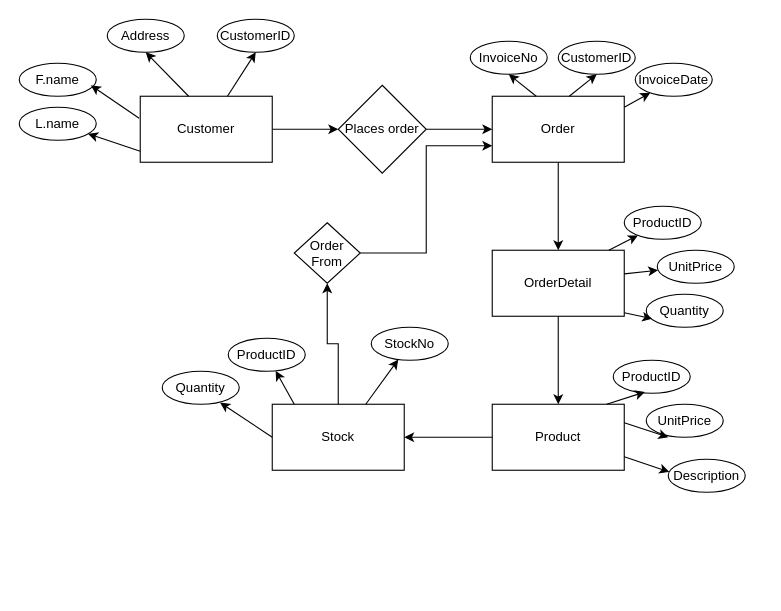
Earlier version of the draw.io diagram Untitled Diagram.drawio (yeoleshweta/yeoleshweta). Source tidied: cells renumbered, new cells numbered last; positions are measured from the earlier drawing's top-left corner, leaving out a move shared by most shapes. Both pictures are drawn from the tidied source at 110%, with x=0, y=0 at pixel (19, 19).
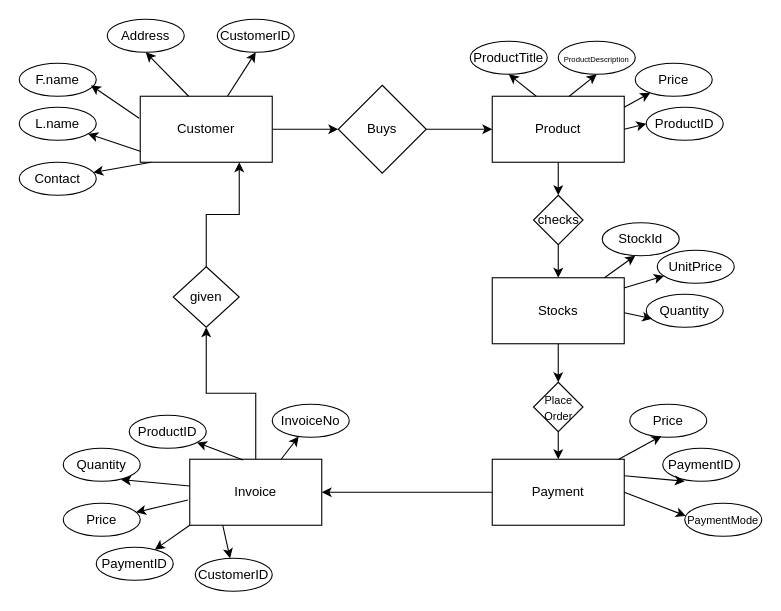
The same page after the edit.

Unchanged cells that the change refers to:
```xml
<mxCell id="3" value="Customer" style="rounded=0;whiteSpace=wrap;html=1;" parent="1" vertex="1">
  <mxGeometry x="110" y="70" width="120" height="60" as="geometry" />
</mxCell>
<mxCell id="26" value="UnitPrice" style="ellipse;whiteSpace=wrap;html=1;" parent="1" vertex="1">
  <mxGeometry x="580" y="210" width="70" height="30" as="geometry" />
</mxCell>
```

Change to the diagram source:
```diff
@@
-    <mxCell id="4" style="edgeStyle=orthogonalEdgeStyle;rounded=0;jettySize=auto;html=1;" parent="1" edge="1" source="5" target="23">
-      <mxGeometry relative="1" as="geometry" />
+    <mxCell id="4" style="edgeStyle=orthogonalEdgeStyle;rounded=0;jettySize=auto;html=1;" parent="1" edge="1" source="5">
+      <mxGeometry relative="1" as="geometry">
+        <mxPoint x="490" y="160" as="targetPoint" />
+      </mxGeometry>
     </mxCell>
-    <mxCell id="5" value="Order" style="rounded=0;whiteSpace=wrap;html=1;" parent="1" vertex="1">
+    <mxCell id="5" value="Product" style="rounded=0;whiteSpace=wrap;html=1;" parent="1" vertex="1">
       <mxGeometry x="430" y="70" width="120" height="60" as="geometry" />
     </mxCell>
@@
-    <mxCell id="7" value="Places order" style="rhombus;whiteSpace=wrap;html=1;rounded=0;" parent="1" vertex="1">
+    <mxCell id="7" value="Buys" style="rhombus;whiteSpace=wrap;html=1;rounded=0;" parent="1" vertex="1">
       <mxGeometry x="290" y="60" width="80" height="80" as="geometry" />
     </mxCell>
@@
-    <mxCell id="16" value="CustomerID" style="ellipse;whiteSpace=wrap;html=1;" parent="1" vertex="1">
+    <mxCell id="16" value="&lt;font style=&quot;font-size: 7px;&quot;&gt;ProductDescription&lt;/font&gt;" style="ellipse;whiteSpace=wrap;html=1;" parent="1" vertex="1">
       <mxGeometry x="490" y="20" width="70" height="30" as="geometry" />
     </mxCell>
-    <mxCell id="17" value="InvoiceNo" style="ellipse;whiteSpace=wrap;html=1;" parent="1" vertex="1">
+    <mxCell id="17" value="ProductTitle" style="ellipse;whiteSpace=wrap;html=1;" parent="1" vertex="1">
       <mxGeometry x="410" y="20" width="70" height="30" as="geometry" />
     </mxCell>
-    <mxCell id="18" value="InvoiceDate" style="ellipse;whiteSpace=wrap;html=1;" parent="1" vertex="1">
+    <mxCell id="18" value="Price" style="ellipse;whiteSpace=wrap;html=1;" parent="1" vertex="1">
       <mxGeometry x="560" y="40" width="70" height="30" as="geometry" />
     </mxCell>
@@
-    <mxCell id="22" style="edgeStyle=orthogonalEdgeStyle;rounded=0;jettySize=auto;html=1;" parent="1" edge="1" source="23" target="31">
-      <mxGeometry relative="1" as="geometry" />
+    <mxCell id="22" style="edgeStyle=orthogonalEdgeStyle;rounded=0;jettySize=auto;html=1;" parent="1" edge="1" source="23">
+      <mxGeometry relative="1" as="geometry">
+        <mxPoint x="490" y="330" as="targetPoint" />
+      </mxGeometry>
     </mxCell>
-    <mxCell id="23" value="OrderDetail" style="rounded=0;whiteSpace=wrap;html=1;" parent="1" vertex="1">
-      <mxGeometry x="430" y="210" width="120" height="60" as="geometry" />
+    <mxCell id="23" value="Stocks" style="rounded=0;whiteSpace=wrap;html=1;" parent="1" vertex="1">
+      <mxGeometry x="430" y="235" width="120" height="60" as="geometry" />
     </mxCell>
@@
-    <mxCell id="25" value="ProductID" style="ellipse;whiteSpace=wrap;html=1;" parent="1" vertex="1">
-      <mxGeometry x="550" y="170" width="70" height="30" as="geometry" />
-    </mxCell>
@@
-    <mxCell id="27" style="endArrow=classic;html=1;rounded=0;" parent="1" edge="1" target="25">
-      <mxGeometry relative="1" as="geometry">
-        <mxPoint x="536" y="210" as="sourcePoint" />
-      </mxGeometry>
-    </mxCell>
-    <mxCell id="28" style="endArrow=classic;html=1;rounded=0;" parent="1" edge="1" target="26">
-      <mxGeometry relative="1" as="geometry">
-        <mxPoint x="550" y="231.5" as="sourcePoint" />
-      </mxGeometry>
+    <mxCell id="28" style="endArrow=classic;html=1;rounded=0;exitX=0.997;exitY=0.156;exitDx=0;exitDy=0;exitPerimeter=0;" parent="1" edge="1" source="23" target="26">
+      <mxGeometry relative="1" as="geometry" />
     </mxCell>
@@
-    <mxCell id="31" value="Product" style="rounded=0;whiteSpace=wrap;html=1;" parent="1" vertex="1">
-      <mxGeometry x="430" y="350" width="120" height="60" as="geometry" />
+    <mxCell id="31" value="Payment" style="rounded=0;whiteSpace=wrap;html=1;" parent="1" vertex="1">
+      <mxGeometry x="430" y="400" width="120" height="60" as="geometry" />
     </mxCell>
-    <mxCell id="32" value="Description" style="ellipse;whiteSpace=wrap;html=1;" parent="1" vertex="1">
-      <mxGeometry x="590" y="400" width="70" height="30" as="geometry" />
+    <mxCell id="32" value="&lt;font style=&quot;font-size: 10px;&quot;&gt;PaymentMode&lt;/font&gt;" style="ellipse;whiteSpace=wrap;html=1;" parent="1" vertex="1">
+      <mxGeometry x="605" y="440" width="70" height="30" as="geometry" />
     </mxCell>
-    <mxCell id="33" value="ProductID" style="ellipse;whiteSpace=wrap;html=1;" parent="1" vertex="1">
-      <mxGeometry x="540" y="310" width="70" height="30" as="geometry" />
+    <mxCell id="33" value="Price" style="ellipse;whiteSpace=wrap;html=1;" parent="1" vertex="1">
+      <mxGeometry x="555" y="350" width="70" height="30" as="geometry" />
     </mxCell>
-    <mxCell id="34" value="UnitPrice" style="ellipse;whiteSpace=wrap;html=1;" parent="1" vertex="1">
-      <mxGeometry x="570" y="350" width="70" height="30" as="geometry" />
+    <mxCell id="34" value="PaymentID" style="ellipse;whiteSpace=wrap;html=1;" parent="1" vertex="1">
+      <mxGeometry x="585" y="390" width="70" height="30" as="geometry" />
     </mxCell>
-    <mxCell id="35" style="endArrow=classic;html=1;rounded=0;entryX=0.412;entryY=0.962;entryDx=0;entryDy=0;entryPerimeter=0;" parent="1" edge="1" target="33">
-      <mxGeometry relative="1" as="geometry">
-        <mxPoint x="534" y="350" as="sourcePoint" />
-      </mxGeometry>
+    <mxCell id="35" style="endArrow=classic;html=1;rounded=0;entryX=0.412;entryY=0.962;entryDx=0;entryDy=0;entryPerimeter=0;" parent="1" edge="1" source="31" target="33">
+      <mxGeometry relative="1" as="geometry" />
     </mxCell>
-    <mxCell id="36" style="endArrow=classic;html=1;rounded=0;entryX=0.286;entryY=1;entryDx=0;entryDy=0;entryPerimeter=0;" parent="1" edge="1" target="34">
-      <mxGeometry relative="1" as="geometry">
-        <mxPoint x="550" y="366.8" as="sourcePoint" />
-      </mxGeometry>
+    <mxCell id="36" style="endArrow=classic;html=1;rounded=0;entryX=0.286;entryY=1;entryDx=0;entryDy=0;entryPerimeter=0;exitX=1;exitY=0.25;exitDx=0;exitDy=0;" parent="1" edge="1" source="31" target="34">
+      <mxGeometry relative="1" as="geometry" />
     </mxCell>
-    <mxCell id="37" style="endArrow=classic;html=1;rounded=0;entryX=0.014;entryY=0.383;entryDx=0;entryDy=0;entryPerimeter=0;" parent="1" edge="1" target="32">
-      <mxGeometry relative="1" as="geometry">
-        <mxPoint x="550" y="397.8" as="sourcePoint" />
-      </mxGeometry>
+    <mxCell id="37" style="endArrow=classic;html=1;rounded=0;entryX=0.014;entryY=0.383;entryDx=0;entryDy=0;entryPerimeter=0;exitX=1;exitY=0.5;exitDx=0;exitDy=0;" parent="1" edge="1" source="31" target="32">
+      <mxGeometry relative="1" as="geometry" />
     </mxCell>
@@
-    <mxCell id="39" value="Stock" style="rounded=0;whiteSpace=wrap;html=1;" parent="1" vertex="1">
-      <mxGeometry x="230" y="350" width="120" height="60" as="geometry" />
+    <mxCell id="39" value="Invoice" style="rounded=0;whiteSpace=wrap;html=1;" parent="1" vertex="1">
+      <mxGeometry x="155" y="400" width="120" height="60" as="geometry" />
     </mxCell>
-    <mxCell id="40" value="StockNo" style="ellipse;whiteSpace=wrap;html=1;" parent="1" vertex="1">
-      <mxGeometry x="320" y="280" width="70" height="30" as="geometry" />
+    <mxCell id="40" value="InvoiceNo" style="ellipse;whiteSpace=wrap;html=1;" parent="1" vertex="1">
+      <mxGeometry x="230" y="350" width="70" height="30" as="geometry" />
     </mxCell>
     <mxCell id="41" value="ProductID" style="ellipse;whiteSpace=wrap;html=1;" parent="1" vertex="1">
-      <mxGeometry x="190" y="290" width="70" height="30" as="geometry" />
+      <mxGeometry x="100" y="360" width="70" height="30" as="geometry" />
     </mxCell>
     <mxCell id="42" value="Quantity" style="ellipse;whiteSpace=wrap;html=1;" parent="1" vertex="1">
-      <mxGeometry x="130" y="320" width="70" height="30" as="geometry" />
+      <mxGeometry x="40" y="390" width="70" height="30" as="geometry" />
     </mxCell>
-    <mxCell id="43" style="endArrow=classic;html=1;rounded=0;" parent="1" edge="1" target="40">
-      <mxGeometry relative="1" as="geometry">
-        <mxPoint x="315" y="350" as="sourcePoint" />
-      </mxGeometry>
+    <mxCell id="43" style="endArrow=classic;html=1;rounded=0;" parent="1" edge="1" source="39" target="40">
+      <mxGeometry relative="1" as="geometry" />
     </mxCell>
-    <mxCell id="44" style="endArrow=classic;html=1;rounded=0;" parent="1" edge="1" target="41">
-      <mxGeometry relative="1" as="geometry">
-        <mxPoint x="250" y="350" as="sourcePoint" />
-      </mxGeometry>
+    <mxCell id="44" style="endArrow=classic;html=1;rounded=0;exitX=0.405;exitY=0.01;exitDx=0;exitDy=0;exitPerimeter=0;" parent="1" edge="1" source="39" target="41">
+      <mxGeometry relative="1" as="geometry" />
     </mxCell>
-    <mxCell id="45" style="endArrow=classic;html=1;rounded=0;entryX=0.752;entryY=0.951;entryDx=0;entryDy=0;entryPerimeter=0;" parent="1" edge="1" target="42">
-      <mxGeometry relative="1" as="geometry">
-        <mxPoint x="230" y="380" as="sourcePoint" />
-      </mxGeometry>
+    <mxCell id="45" style="endArrow=classic;html=1;rounded=0;entryX=0.752;entryY=0.951;entryDx=0;entryDy=0;entryPerimeter=0;" parent="1" edge="1" source="39" target="42">
+      <mxGeometry relative="1" as="geometry" />
     </mxCell>
-    <mxCell id="46" style="edgeStyle=orthogonalEdgeStyle;rounded=0;jettySize=auto;html=1;exitX=1;exitY=0.5;exitDx=0;exitDy=0;entryX=0;entryY=0.75;entryDx=0;entryDy=0;" parent="1" edge="1" source="47" target="5">
+    <mxCell id="46" style="edgeStyle=orthogonalEdgeStyle;rounded=0;jettySize=auto;html=1;exitX=0.5;exitY=0;exitDx=0;exitDy=0;entryX=0.75;entryY=1;entryDx=0;entryDy=0;" parent="1" edge="1" source="47" target="3">
       <mxGeometry relative="1" as="geometry" />
     </mxCell>
-    <mxCell id="47" value="Order From" style="rhombus;whiteSpace=wrap;html=1;" parent="1" vertex="1">
-      <mxGeometry x="250" y="185" width="60" height="55" as="geometry" />
+    <mxCell id="47" value="given" style="rhombus;whiteSpace=wrap;html=1;" parent="1" vertex="1">
+      <mxGeometry x="140" y="225" width="60" height="55" as="geometry" />
     </mxCell>
+    <mxCell id="48" value="Contact" style="ellipse;whiteSpace=wrap;html=1;" parent="1" vertex="1">
+      <mxGeometry y="130" width="70" height="30" as="geometry" />
+    </mxCell>
+    <mxCell id="49" style="endArrow=classic;html=1;rounded=0;" parent="1" edge="1" target="48">
+      <mxGeometry relative="1" as="geometry">
+        <mxPoint x="120" y="130" as="sourcePoint" />
+      </mxGeometry>
+    </mxCell>
+    <mxCell id="25" value="ProductID" style="ellipse;whiteSpace=wrap;html=1;" parent="1" vertex="1">
+      <mxGeometry x="570" y="80" width="70" height="30" as="geometry" />
+    </mxCell>
+    <mxCell id="50" style="endArrow=classic;html=1;rounded=0;entryX=0;entryY=0.5;entryDx=0;entryDy=0;exitX=1;exitY=0.5;exitDx=0;exitDy=0;" parent="1" edge="1" source="5" target="25">
+      <mxGeometry relative="1" as="geometry" />
+    </mxCell>
+    <mxCell id="51" style="edgeStyle=orthogonalEdgeStyle;rounded=0;jettySize=auto;html=1;" parent="1" edge="1" source="52" target="23">
+      <mxGeometry relative="1" as="geometry" />
+    </mxCell>
+    <mxCell id="52" value="checks" style="rhombus;whiteSpace=wrap;html=1;" parent="1" vertex="1">
+      <mxGeometry x="467.5" y="160" width="45" height="45" as="geometry" />
+    </mxCell>
+    <mxCell id="53" value="StockId" style="ellipse;whiteSpace=wrap;html=1;" parent="1" vertex="1">
+      <mxGeometry x="530" y="185" width="70" height="30" as="geometry" />
+    </mxCell>
+    <mxCell id="54" style="endArrow=classic;html=1;rounded=0;" parent="1" edge="1" source="23">
+      <mxGeometry relative="1" as="geometry">
+        <mxPoint x="560" y="215" as="targetPoint" />
+      </mxGeometry>
+    </mxCell>
+    <mxCell id="55" style="edgeStyle=orthogonalEdgeStyle;rounded=0;orthogonalLoop=1;jettySize=auto;html=1;" parent="1" edge="1">
+      <mxGeometry relative="1" as="geometry">
+        <mxPoint x="490" y="375" as="sourcePoint" />
+        <mxPoint x="490" y="400" as="targetPoint" />
+      </mxGeometry>
+    </mxCell>
+    <mxCell id="56" value="&lt;font style=&quot;font-size: 10px;&quot;&gt;Place Order&lt;/font&gt;" style="rhombus;whiteSpace=wrap;html=1;" parent="1" vertex="1">
+      <mxGeometry x="467.5" y="330" width="45" height="45" as="geometry" />
+    </mxCell>
+    <mxCell id="57" value="Price" style="ellipse;whiteSpace=wrap;html=1;" parent="1" vertex="1">
+      <mxGeometry x="40" y="440" width="70" height="30" as="geometry" />
+    </mxCell>
+    <mxCell id="58" value="PaymentID" style="ellipse;whiteSpace=wrap;html=1;" parent="1" vertex="1">
+      <mxGeometry x="70" y="480" width="70" height="30" as="geometry" />
+    </mxCell>
+    <mxCell id="59" value="CustomerID" style="ellipse;whiteSpace=wrap;html=1;" parent="1" vertex="1">
+      <mxGeometry x="160" y="490" width="70" height="30" as="geometry" />
+    </mxCell>
+    <mxCell id="60" style="endArrow=classic;html=1;rounded=0;exitX=-0.014;exitY=0.618;exitDx=0;exitDy=0;exitPerimeter=0;" parent="1" edge="1" source="39" target="57">
+      <mxGeometry relative="1" as="geometry" />
+    </mxCell>
+    <mxCell id="61" style="endArrow=classic;html=1;rounded=0;exitX=0;exitY=1;exitDx=0;exitDy=0;" parent="1" edge="1" source="39" target="58">
+      <mxGeometry relative="1" as="geometry" />
+    </mxCell>
+    <mxCell id="62" style="endArrow=classic;html=1;rounded=0;exitX=0.25;exitY=1;exitDx=0;exitDy=0;" parent="1" edge="1" source="39" target="59">
+      <mxGeometry relative="1" as="geometry" />
+    </mxCell>
```
